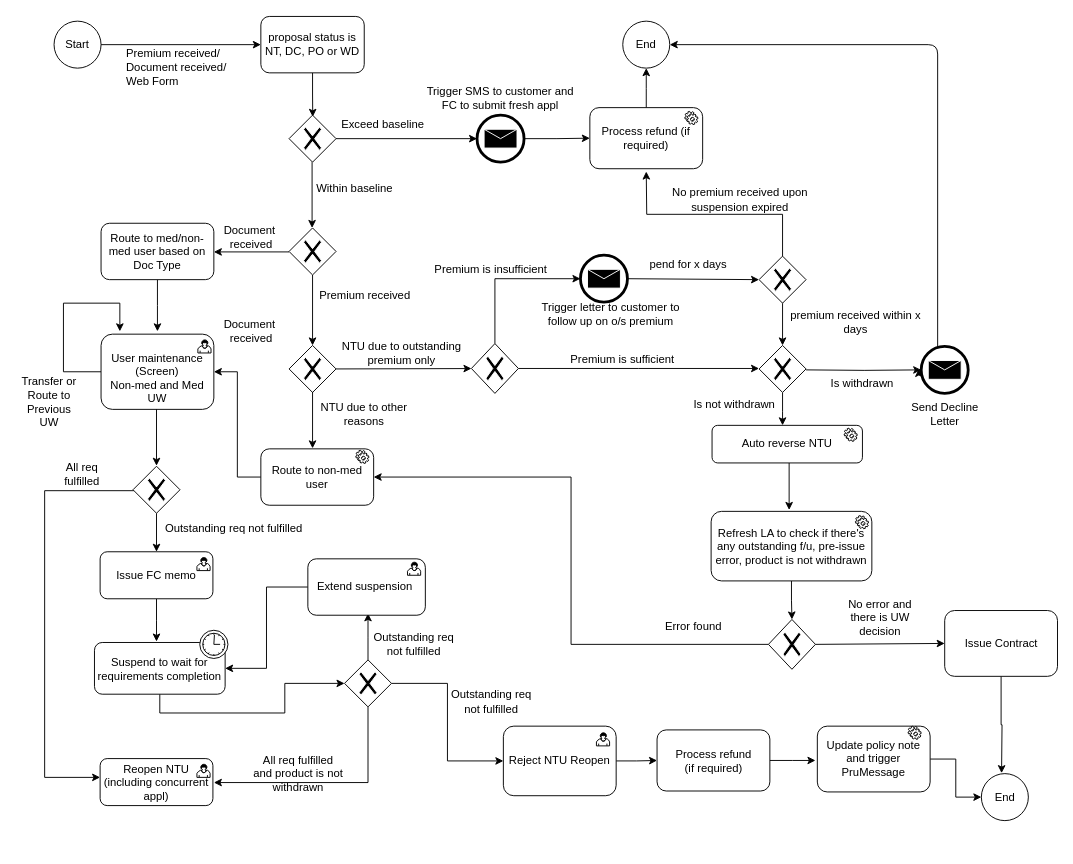
This is page "NTU Reopen" (9 of 9) of Untitled Diagram.drawio from Jefferzonlee/WorkFlow-BPR, a draw.io file, before an edit. Source tidied: cells renumbered, new cells numbered last; positions are measured from the earlier drawing's top-left corner, leaving out a move shared by most shapes. Both pictures are drawn from the tidied source at 94%, with x=0, y=0 at pixel (16, 16).
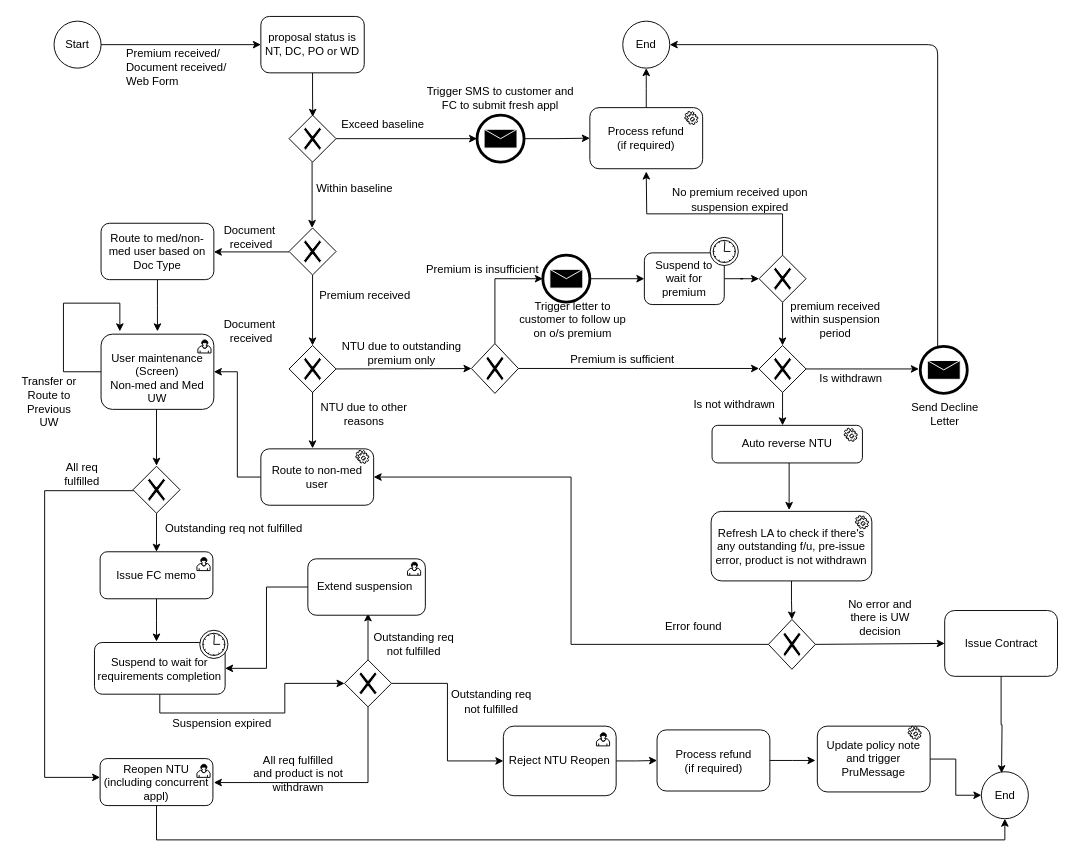
The same diagram, later.

Unchanged cells that the change refers to:
```xml
<mxCell id="68" value="Reopen NTU (including concurrent appl)&lt;br&gt;" style="html=1;whiteSpace=wrap;rounded=1;" parent="1" vertex="1">
  <mxGeometry x="89" y="789.5" width="120" height="50" as="geometry" />
</mxCell>
<mxCell id="74" style="shape=mxgraph.bpmn.shape;html=1;verticalLabelPosition=bottom;labelBackgroundColor=#ffffff;verticalAlign=top;align=center;perimeter=rhombusPerimeter;background=gateway;outlineConnect=0;outline=none;symbol=exclusiveGw;" parent="1" vertex="1">
  <mxGeometry x="790" y="350" width="50" height="50" as="geometry" />
</mxCell>
```

Change to the diagram source:
```diff
@@
-    <mxCell id="12" value="Process refund (if required)" style="rounded=1;whiteSpace=wrap;html=1;" parent="1" vertex="1">
+    <mxCell id="12" value="Process refund &lt;br&gt;(if required)" style="rounded=1;whiteSpace=wrap;html=1;" parent="1" vertex="1">
       <mxGeometry x="610" y="97" width="120" height="65" as="geometry" />
     </mxCell>
@@
     <mxCell id="33" value="Premium is insufficient" style="text;html=1;strokeColor=none;fillColor=none;align=center;verticalAlign=middle;whiteSpace=wrap;rounded=0;" parent="1" vertex="1">
-      <mxGeometry x="425" y="259" width="160" height="20" as="geometry" />
+      <mxGeometry x="416" y="259" width="160" height="20" as="geometry" />
     </mxCell>
@@
-    <mxCell id="40" value="pend for x days" style="text;html=1;strokeColor=none;fillColor=none;align=center;verticalAlign=middle;whiteSpace=wrap;rounded=0;" parent="1" vertex="1">
-      <mxGeometry x="634.5" y="254" width="160" height="20" as="geometry" />
-    </mxCell>
@@
     <mxCell id="43" style="shape=mxgraph.bpmn.shape;html=1;verticalLabelPosition=bottom;labelBackgroundColor=#ffffff;verticalAlign=top;align=center;perimeter=rhombusPerimeter;background=gateway;outlineConnect=0;outline=none;symbol=exclusiveGw;" parent="1" vertex="1">
-      <mxGeometry x="790" y="255" width="50" height="50" as="geometry" />
+      <mxGeometry x="790" y="254" width="50" height="50" as="geometry" />
     </mxCell>
@@
-    <mxCell id="45" style="endArrow=classic;html=1;entryX=0;entryY=0.5;entryDx=0;entryDy=0;exitX=1;exitY=0.5;exitDx=0;exitDy=0;" parent="1" edge="1" source="102" target="43">
-      <mxGeometry relative="1" as="geometry" />
-    </mxCell>
-    <mxCell id="46" value="premium received within x days" style="text;html=1;strokeColor=none;fillColor=none;align=center;verticalAlign=middle;whiteSpace=wrap;rounded=0;" parent="1" vertex="1">
-      <mxGeometry x="812.5" y="311" width="160" height="27" as="geometry" />
+    <mxCell id="46" value="premium received within suspension period" style="text;html=1;strokeColor=none;fillColor=none;align=center;verticalAlign=middle;whiteSpace=wrap;rounded=0;" parent="1" vertex="1">
+      <mxGeometry x="813" y="311" width="117" height="24" as="geometry" />
     </mxCell>
@@
-    <mxCell id="49" style="edgeStyle=orthogonalEdgeStyle;rounded=0;jettySize=auto;html=1;" parent="1" edge="1" target="100">
-      <mxGeometry relative="1" as="geometry">
-        <mxPoint x="840" y="376" as="sourcePoint" />
-      </mxGeometry>
-    </mxCell>
@@
     <mxCell id="52" value="Is withdrawn" style="text;html=1;strokeColor=none;fillColor=none;align=center;verticalAlign=middle;whiteSpace=wrap;rounded=0;" parent="1" vertex="1">
-      <mxGeometry x="858.5" y="380" width="82" height="21" as="geometry" />
+      <mxGeometry x="846.5" y="374.5" width="82" height="21" as="geometry" />
     </mxCell>
@@
+    <mxCell id="110" style="edgeStyle=orthogonalEdgeStyle;rounded=0;jettySize=auto;html=1;entryX=0.5;entryY=1;entryDx=0;entryDy=0;" parent="1" edge="1" source="68" target="95">
+      <mxGeometry relative="1" as="geometry">
+        <Array as="points">
+          <mxPoint x="149" y="876" />
+          <mxPoint x="1052" y="876" />
+        </Array>
+      </mxGeometry>
+    </mxCell>
@@
+    <mxCell id="111" style="edgeStyle=orthogonalEdgeStyle;rounded=0;jettySize=auto;html=1;" parent="1" edge="1" source="74">
+      <mxGeometry relative="1" as="geometry">
+        <mxPoint x="960" y="375" as="targetPoint" />
+      </mxGeometry>
+    </mxCell>
@@
     <mxCell id="95" value="End" style="ellipse;whiteSpace=wrap;html=1;" parent="1" vertex="1">
-      <mxGeometry x="1026.5" y="805.5" width="50" height="50" as="geometry" />
+      <mxGeometry x="1026.5" y="803.5" width="50" height="50" as="geometry" />
     </mxCell>
@@
-    <mxCell id="99" style="edgeStyle=orthogonalEdgeStyle;rounded=0;jettySize=auto;html=1;exitX=0;exitY=0.5;exitDx=0;exitDy=0;" parent="1" edge="1" source="100">
-      <mxGeometry relative="1" as="geometry">
-        <mxPoint x="960" y="375" as="targetPoint" />
-      </mxGeometry>
-    </mxCell>
     <mxCell id="100" style="shape=mxgraph.bpmn.shape;html=1;verticalLabelPosition=bottom;labelBackgroundColor=#ffffff;verticalAlign=top;align=center;perimeter=ellipsePerimeter;outlineConnect=0;outline=end;symbol=message;" parent="1" vertex="1">
-      <mxGeometry x="962.5" y="351" width="50" height="50" as="geometry" />
+      <mxGeometry x="961.5" y="351" width="50" height="50" as="geometry" />
     </mxCell>
@@
+    <mxCell id="112" style="edgeStyle=orthogonalEdgeStyle;rounded=0;jettySize=auto;html=1;entryX=0;entryY=0.5;entryDx=0;entryDy=0;" parent="1" edge="1" source="102" target="115">
+      <mxGeometry relative="1" as="geometry" />
+    </mxCell>
     <mxCell id="102" style="shape=mxgraph.bpmn.shape;html=1;verticalLabelPosition=bottom;labelBackgroundColor=#ffffff;verticalAlign=top;align=center;perimeter=ellipsePerimeter;outlineConnect=0;outline=end;symbol=message;" parent="1" vertex="1">
-      <mxGeometry x="600" y="254" width="50" height="50" as="geometry" />
+      <mxGeometry x="560" y="254" width="50" height="50" as="geometry" />
     </mxCell>
     <mxCell id="103" value="Trigger letter to customer to follow up on o/s premium" style="text;html=1;strokeColor=none;fillColor=none;align=center;verticalAlign=middle;whiteSpace=wrap;rounded=0;" parent="1" vertex="1">
-      <mxGeometry x="557.5" y="306.5" width="149" height="21" as="geometry" />
+      <mxGeometry x="534" y="312" width="116" height="21" as="geometry" />
     </mxCell>
@@
+    <mxCell id="113" value="Suspension expired" style="text;html=1;strokeColor=none;fillColor=none;align=center;verticalAlign=middle;whiteSpace=wrap;rounded=0;" parent="1" vertex="1">
+      <mxGeometry x="149" y="742" width="140" height="20" as="geometry" />
+    </mxCell>
+    <mxCell id="114" style="edgeStyle=orthogonalEdgeStyle;rounded=0;jettySize=auto;html=1;entryX=0;entryY=0.5;entryDx=0;entryDy=0;" parent="1" edge="1" source="115" target="43">
+      <mxGeometry relative="1" as="geometry" />
+    </mxCell>
+    <mxCell id="115" value="Suspend to wait for premium&lt;br&gt;" style="html=1;whiteSpace=wrap;rounded=1;" parent="1" vertex="1">
+      <mxGeometry x="668" y="251.5" width="85" height="55" as="geometry" />
+    </mxCell>
+    <mxCell id="116" style="shape=mxgraph.bpmn.timer_start;perimeter=ellipsePerimeter;html=1;labelPosition=right;labelBackgroundColor=#ffffff;align=left;" parent="1" vertex="1">
+      <mxGeometry x="738" y="235" width="30" height="30" as="geometry">
+        <mxPoint x="-15" y="10" as="offset" />
+      </mxGeometry>
+    </mxCell>
```
